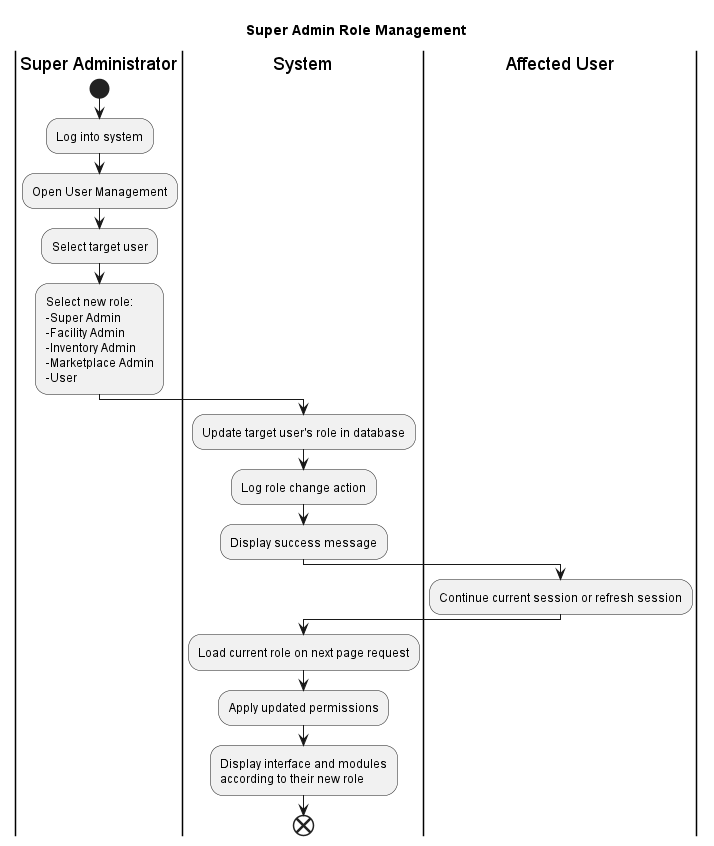
JanPerez35/PlantUML keeps this PlantUML diagram as out/activityDiagrams/Site Admin Role Management/Site Admin Role Management.png. Above is the earlier version. Source of this version:
```plantuml
@startuml
title Super Admin Role Management

|Super Administrator|
start
:Log into system;
:Open User Management;
:Select target user;
:Select new role:
-Super Admin
-Facility Admin
-Inventory Admin
-Marketplace Admin
-User;

|System|
:Update target user's role in database;
:Log role change action;
:Display success message;

|Affected User|
:Continue current session or refresh session;

|System|
:Load current role on next page request;
:Apply updated permissions;
:Display interface and modules\naccording to their new role;

end
@enduml
```
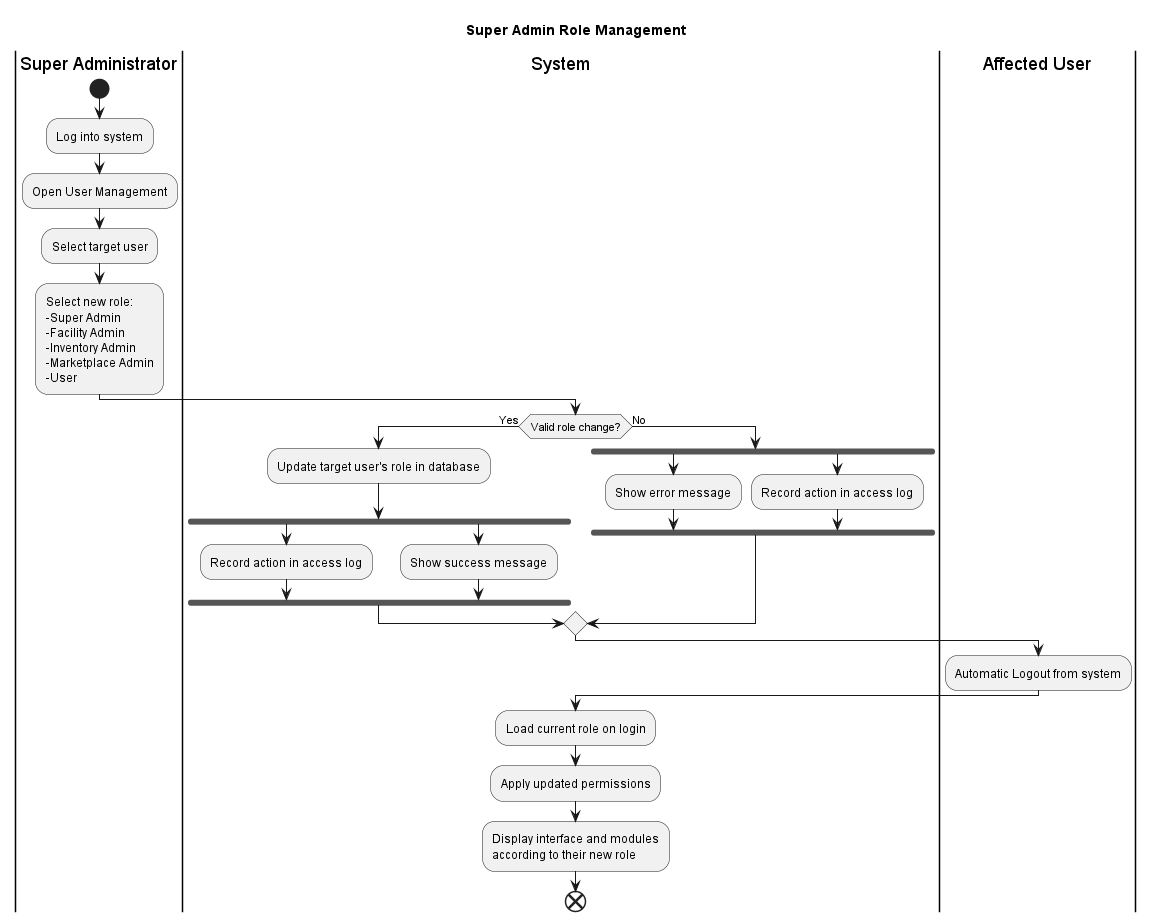
The same file after the commit.

Change to the diagram source:
```diff
@@ -14,15 +14,29 @@
 -User;
 
 |System|
-:Update target user's role in database;
-:Log role change action;
-:Display success message;
+if (Valid role change?) then (Yes)
+    :Update target user's role in database;
+
+    fork
+      :Record action in access log;
+    fork again
+      :Show success message;
+    end fork
+
+  else (No)
+  fork
+    :Show error message;
+    fork again;
+    :Record action in access log;
+    end fork
+  endif
+
 
 |Affected User|
-:Continue current session or refresh session;
+:Automatic Logout from system;
 
 |System|
-:Load current role on next page request;
+:Load current role on login;
 :Apply updated permissions;
 :Display interface and modules\naccording to their new role;
 
```
